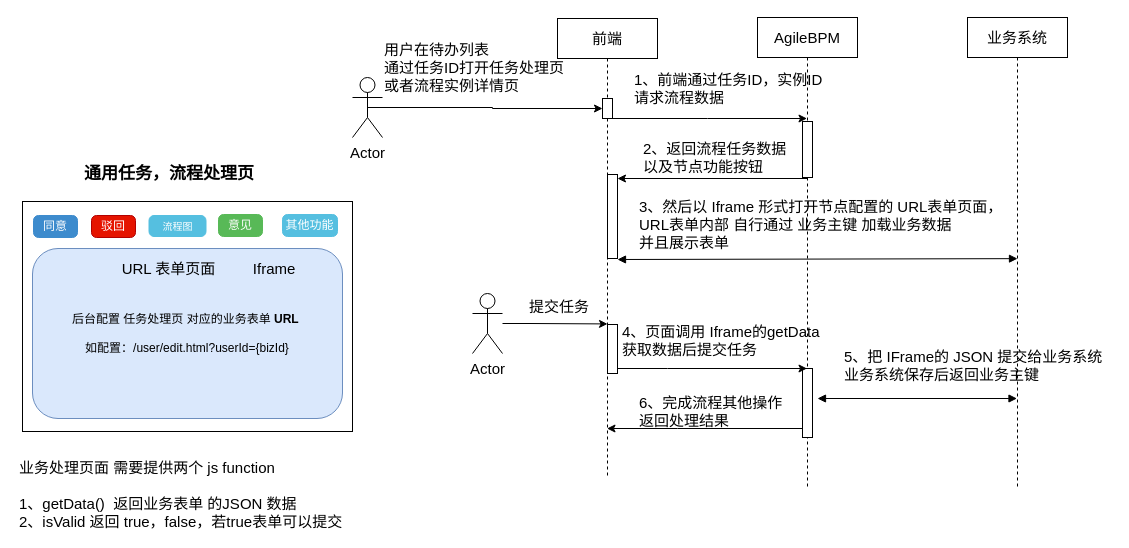
Above: 未命名表单.drawio in miaojf/doc (draw.io), before the change. Source tidied: cells renumbered, new cells numbered last; positions are measured from the earlier drawing's top-left corner, leaving out a move shared by most shapes. Both pictures are drawn from the tidied source at 100%, with x=0, y=0 at pixel (17, 17).
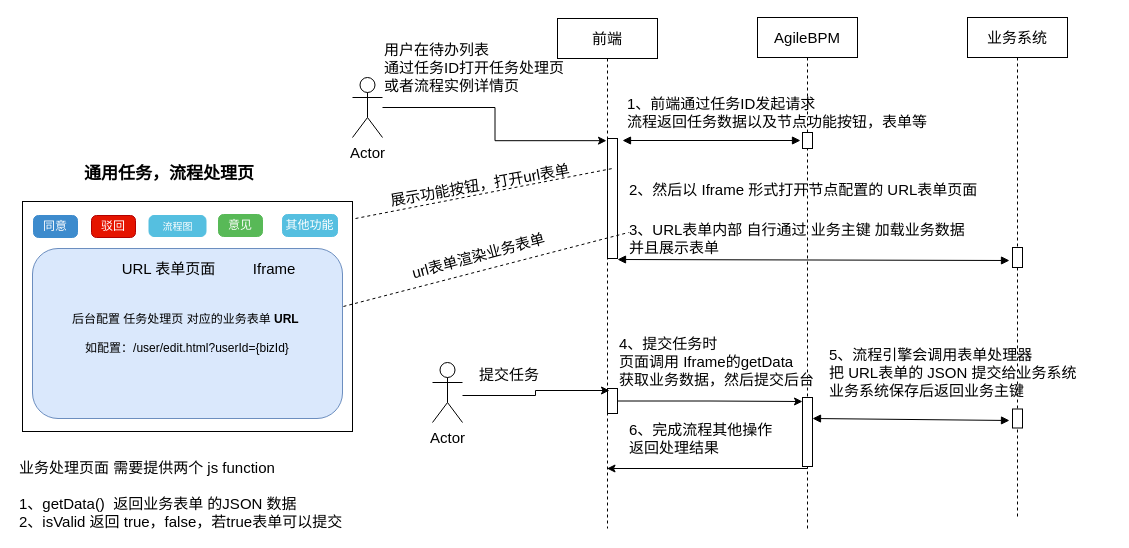
Above is the later version.

Unchanged cells that the change refers to:
```xml
<mxCell id="4" value="后台配置 任务处理页 对应的业务表单&lt;b&gt; URL&amp;nbsp;&lt;/b&gt;&lt;br&gt;&lt;br&gt;如配置：/user/edit.html?userId={bizId}" style="rounded=1;whiteSpace=wrap;html=1;fillColor=#dae8fc;strokeColor=#6c8ebf;" parent="1" vertex="1">
  <mxGeometry x="15" y="231" width="310" height="170" as="geometry" />
</mxCell>
<mxCell id="25" value="Actor" style="shape=umlActor;verticalLabelPosition=bottom;labelBackgroundColor=#ffffff;verticalAlign=top;html=1;fontSize=15;" parent="1" vertex="1">
  <mxGeometry x="335" y="60" width="30" height="60" as="geometry" />
</mxCell>
```

Change to the diagram source:
```diff
@@
+    <mxCell id="27" value="1、前端通过任务ID发起请求&lt;br&gt;流程返回任务数据以及节点功能按钮，表单等" style="text;html=1;align=left;verticalAlign=top;spacingTop=-4;fontSize=15;" parent="1" vertex="1">
+      <mxGeometry x="607.5" y="75" width="320" height="40" as="geometry" />
+    </mxCell>
@@
-    <mxCell id="13" style="edgeStyle=orthogonalEdgeStyle;rounded=0;jettySize=auto;html=1;fontSize=15;" parent="1" edge="1" source="14" target="19">
-      <mxGeometry relative="1" as="geometry">
-        <Array as="points">
-          <mxPoint x="690" y="101" />
-          <mxPoint x="690" y="101" />
-        </Array>
-      </mxGeometry>
-    </mxCell>
     <mxCell id="14" value="前端" style="shape=umlLifeline;perimeter=lifelinePerimeter;whiteSpace=wrap;html=1;outlineConnect=0;fontSize=15;" parent="1" vertex="1">
-      <mxGeometry x="540" y="1" width="100" height="460" as="geometry" />
+      <mxGeometry x="540" y="1" width="100" height="510" as="geometry" />
     </mxCell>
-    <mxCell id="15" style="html=1;points=[];perimeter=orthogonalPerimeter;fontSize=15;" parent="14" vertex="1">
-      <mxGeometry x="45" y="80" width="10" height="20" as="geometry" />
-    </mxCell>
     <mxCell id="16" style="html=1;points=[];perimeter=orthogonalPerimeter;fontSize=15;" parent="14" vertex="1">
-      <mxGeometry x="50" y="156" width="10" height="84" as="geometry" />
+      <mxGeometry x="50" y="120" width="10" height="120" as="geometry" />
     </mxCell>
-    <mxCell id="17" style="endArrow=block;startArrow=block;endFill=1;startFill=1;html=1;fontSize=15;entryX=0.5;entryY=0.512;entryDx=0;entryDy=0;entryPerimeter=0;" parent="14" edge="1" target="23">
+    <mxCell id="17" style="endArrow=block;startArrow=block;endFill=1;startFill=1;html=1;fontSize=15;entryX=-0.3;entryY=0.65;entryDx=0;entryDy=0;entryPerimeter=0;" parent="14" edge="1" target="42">
       <mxGeometry relative="1" as="geometry">
         <mxPoint x="60" y="241" as="sourcePoint" />
       </mxGeometry>
     </mxCell>
     <mxCell id="18" style="html=1;points=[];perimeter=orthogonalPerimeter;fontSize=15;" parent="14" vertex="1">
-      <mxGeometry x="50" y="306" width="10" height="49" as="geometry" />
+      <mxGeometry x="50" y="370" width="10" height="25" as="geometry" />
     </mxCell>
+    <mxCell id="39" style="endArrow=block;startArrow=block;endFill=1;startFill=1;html=1;fontSize=15;" parent="14" edge="1">
+      <mxGeometry relative="1" as="geometry">
+        <mxPoint x="65" y="122" as="sourcePoint" />
+        <mxPoint x="243" y="122" as="targetPoint" />
+      </mxGeometry>
+    </mxCell>
     <mxCell id="19" value="AgileBPM" style="shape=umlLifeline;perimeter=lifelinePerimeter;whiteSpace=wrap;html=1;outlineConnect=0;fontSize=15;" parent="1" vertex="1">
-      <mxGeometry x="740" width="100" height="471" as="geometry" />
+      <mxGeometry x="740" width="100" height="511" as="geometry" />
     </mxCell>
     <mxCell id="20" style="html=1;points=[];perimeter=orthogonalPerimeter;fontSize=15;" parent="19" vertex="1">
-      <mxGeometry x="45" y="104" width="10" height="56" as="geometry" />
+      <mxGeometry x="45" y="115" width="10" height="16" as="geometry" />
     </mxCell>
     <mxCell id="21" style="html=1;points=[];perimeter=orthogonalPerimeter;fontSize=15;" parent="19" vertex="1">
-      <mxGeometry x="45" y="351" width="10" height="69" as="geometry" />
+      <mxGeometry x="45" y="380" width="10" height="69" as="geometry" />
     </mxCell>
-    <mxCell id="22" style="endArrow=block;startArrow=block;endFill=1;startFill=1;html=1;fontSize=15;" parent="19" edge="1" target="23">
-      <mxGeometry relative="1" as="geometry">
-        <mxPoint x="60" y="381" as="sourcePoint" />
-      </mxGeometry>
-    </mxCell>
+    <mxCell id="40" style="endArrow=block;startArrow=block;endFill=1;startFill=1;html=1;fontSize=15;entryX=-0.3;entryY=0.605;entryDx=0;entryDy=0;entryPerimeter=0;" parent="19" edge="1" target="41">
+      <mxGeometry relative="1" as="geometry">
+        <mxPoint x="55" y="401" as="sourcePoint" />
+      </mxGeometry>
+    </mxCell>
     <mxCell id="23" value="业务系统" style="shape=umlLifeline;perimeter=lifelinePerimeter;whiteSpace=wrap;html=1;outlineConnect=0;fontSize=15;" parent="1" vertex="1">
-      <mxGeometry x="950" width="100" height="471" as="geometry" />
+      <mxGeometry x="950" width="100" height="501" as="geometry" />
     </mxCell>
-    <mxCell id="24" style="edgeStyle=orthogonalEdgeStyle;rounded=0;jettySize=auto;html=1;fontSize=15;entryX=0;entryY=0.5;entryDx=0;entryDy=0;entryPerimeter=0;exitX=0.5;exitY=0.5;exitDx=0;exitDy=0;exitPerimeter=0;" parent="1" edge="1" source="25" target="15">
-      <mxGeometry relative="1" as="geometry" />
-    </mxCell>
+    <mxCell id="41" style="html=1;points=[];perimeter=orthogonalPerimeter;fontSize=15;" parent="23" vertex="1">
+      <mxGeometry x="45" y="391.5" width="10" height="19" as="geometry" />
+    </mxCell>
+    <mxCell id="42" style="html=1;points=[];perimeter=orthogonalPerimeter;fontSize=15;" parent="23" vertex="1">
+      <mxGeometry x="45" y="230" width="10" height="20" as="geometry" />
+    </mxCell>
+    <mxCell id="43" style="edgeStyle=orthogonalEdgeStyle;rounded=0;jettySize=auto;html=1;entryX=-0.1;entryY=0.018;entryDx=0;entryDy=0;entryPerimeter=0;fontSize=15;" parent="1" edge="1" source="25" target="16">
+      <mxGeometry relative="1" as="geometry" />
+    </mxCell>
@@
-    <mxCell id="27" value="1、前端通过任务ID，实例ID &lt;br&gt;请求流程数据" style="text;html=1;align=left;verticalAlign=top;spacingTop=-4;fontSize=15;" parent="1" vertex="1">
-      <mxGeometry x="615" y="51" width="210" height="40" as="geometry" />
-    </mxCell>
-    <mxCell id="28" style="edgeStyle=orthogonalEdgeStyle;rounded=0;jettySize=auto;html=1;fontSize=15;" parent="1" edge="1" source="20">
-      <mxGeometry relative="1" as="geometry">
-        <mxPoint x="600" y="161" as="targetPoint" />
-        <Array as="points">
-          <mxPoint x="790" y="161" />
-        </Array>
-      </mxGeometry>
-    </mxCell>
-    <mxCell id="29" value="2、返回流程任务数据&lt;br&gt;以及节点功能按钮" style="text;html=1;align=left;verticalAlign=top;spacingTop=-4;fontSize=15;" parent="1" vertex="1">
-      <mxGeometry x="624" y="120" width="160" height="40" as="geometry" />
-    </mxCell>
-    <mxCell id="30" value="3、然后以 Iframe 形式打开节点配置的 URL表单页面，&lt;br&gt;URL表单内部 自行通过 业务主键 加载业务数据&lt;br&gt;并且展示表单" style="text;html=1;points=[];align=left;verticalAlign=top;spacingTop=-4;fontSize=15;" parent="1" vertex="1">
-      <mxGeometry x="620" y="178" width="380" height="60" as="geometry" />
+    <mxCell id="30" value="3、URL表单内部 自行通过 业务主键 加载业务数据&lt;br&gt;并且展示表单" style="text;html=1;points=[];align=left;verticalAlign=top;spacingTop=-4;fontSize=15;" parent="1" vertex="1">
+      <mxGeometry x="610" y="201" width="350" height="40" as="geometry" />
     </mxCell>
-    <mxCell id="31" style="edgeStyle=orthogonalEdgeStyle;rounded=0;jettySize=auto;html=1;entryX=0.5;entryY=0.664;entryDx=0;entryDy=0;entryPerimeter=0;fontSize=15;" parent="1" edge="1" source="32" target="14">
-      <mxGeometry relative="1" as="geometry" />
-    </mxCell>
+    <mxCell id="44" style="edgeStyle=orthogonalEdgeStyle;rounded=0;jettySize=auto;html=1;entryX=0.2;entryY=0.08;entryDx=0;entryDy=0;entryPerimeter=0;fontSize=15;" parent="1" edge="1" source="32" target="18">
+      <mxGeometry relative="1" as="geometry">
+        <Array as="points">
+          <mxPoint x="518" y="378" />
+          <mxPoint x="518" y="373" />
+        </Array>
+      </mxGeometry>
+    </mxCell>
     <mxCell id="32" value="Actor" style="shape=umlActor;verticalLabelPosition=bottom;labelBackgroundColor=#ffffff;verticalAlign=top;html=1;fontSize=15;" parent="1" vertex="1">
-      <mxGeometry x="455" y="276" width="30" height="60" as="geometry" />
+      <mxGeometry x="415" y="345" width="30" height="60" as="geometry" />
     </mxCell>
     <mxCell id="33" value="提交任务" style="text;html=1;align=left;verticalAlign=top;spacingTop=-4;fontSize=15;" parent="1" vertex="1">
-      <mxGeometry x="510" y="278" width="80" height="20" as="geometry" />
+      <mxGeometry x="460" y="346" width="80" height="20" as="geometry" />
     </mxCell>
-    <mxCell id="34" style="edgeStyle=orthogonalEdgeStyle;rounded=0;jettySize=auto;html=1;fontSize=15;" parent="1" edge="1" source="18" target="19">
-      <mxGeometry relative="1" as="geometry">
-        <Array as="points">
-          <mxPoint x="650" y="351" />
-          <mxPoint x="650" y="351" />
-        </Array>
-      </mxGeometry>
+    <mxCell id="34" style="edgeStyle=orthogonalEdgeStyle;rounded=0;jettySize=auto;html=1;fontSize=15;entryX=0;entryY=0.058;entryDx=0;entryDy=0;entryPerimeter=0;" parent="1" edge="1" source="18" target="21">
+      <mxGeometry relative="1" as="geometry" />
     </mxCell>
-    <mxCell id="35" value="4、页面调用 Iframe的getData&lt;br&gt;获取数据后提交任务" style="text;html=1;align=left;verticalAlign=top;spacingTop=-4;fontSize=15;" parent="1" vertex="1">
-      <mxGeometry x="603" y="303" width="210" height="40" as="geometry" />
+    <mxCell id="35" value="4、提交任务时&lt;br&gt;页面调用 Iframe的getData&lt;br&gt;获取业务数据，然后提交后台" style="text;html=1;align=left;verticalAlign=top;spacingTop=-4;fontSize=15;" parent="1" vertex="1">
+      <mxGeometry x="600" y="315" width="210" height="60" as="geometry" />
     </mxCell>
-    <mxCell id="36" value="5、把 IFrame的 JSON 提交给业务系统&lt;br&gt;业务系统保存后返回业务主键" style="text;html=1;align=left;verticalAlign=top;spacingTop=-4;fontSize=15;" parent="1" vertex="1">
-      <mxGeometry x="825" y="328" width="270" height="40" as="geometry" />
+    <mxCell id="36" value="5、流程引擎会调用表单处理器&lt;br&gt;把 URL表单的 JSON 提交给业务系统&lt;br&gt;业务系统保存后返回业务主键" style="text;html=1;align=left;verticalAlign=top;spacingTop=-4;fontSize=15;" parent="1" vertex="1">
+      <mxGeometry x="810" y="326" width="260" height="60" as="geometry" />
     </mxCell>
     <mxCell id="37" style="edgeStyle=orthogonalEdgeStyle;rounded=0;jettySize=auto;html=1;fontSize=15;" parent="1" edge="1" source="21" target="14">
       <mxGeometry relative="1" as="geometry">
         <Array as="points">
-          <mxPoint x="660" y="411" />
-          <mxPoint x="660" y="411" />
+          <mxPoint x="790" y="451" />
         </Array>
       </mxGeometry>
     </mxCell>
     <mxCell id="38" value="6、完成流程其他操作&lt;br&gt;返回处理结果" style="text;html=1;align=left;verticalAlign=top;spacingTop=-4;fontSize=15;" parent="1" vertex="1">
-      <mxGeometry x="620" y="374" width="160" height="40" as="geometry" />
+      <mxGeometry x="610" y="401" width="160" height="40" as="geometry" />
     </mxCell>
+    <mxCell id="45" value="2、然后以 Iframe 形式打开节点配置的 URL表单页面" style="text;html=1;align=left;verticalAlign=top;spacingTop=-4;fontSize=15;" parent="1" vertex="1">
+      <mxGeometry x="610" y="161" width="360" height="20" as="geometry" />
+    </mxCell>
+    <mxCell id="46" style="endArrow=none;dashed=1;html=1;fontSize=15;" parent="1" edge="1">
+      <mxGeometry relative="1" as="geometry">
+        <mxPoint x="338" y="201" as="sourcePoint" />
+        <mxPoint x="595" y="151" as="targetPoint" />
+      </mxGeometry>
+    </mxCell>
+    <mxCell id="47" value="展示功能按钮，打开url表单" style="text;html=1;align=left;verticalAlign=top;spacingTop=-4;fontSize=15;rotation=-10;" parent="1" vertex="1">
+      <mxGeometry x="370" y="155" width="200" height="20" as="geometry" />
+    </mxCell>
+    <mxCell id="48" style="endArrow=none;dashed=1;html=1;fontSize=15;entryX=0.003;entryY=0.35;entryDx=0;entryDy=0;entryPerimeter=0;exitX=1.003;exitY=0.341;exitDx=0;exitDy=0;exitPerimeter=0;" parent="1" edge="1" source="4" target="30">
+      <mxGeometry relative="1" as="geometry" />
+    </mxCell>
+    <mxCell id="49" value="url表单渲染业务表单" style="text;html=1;align=left;verticalAlign=top;spacingTop=-4;fontSize=15;rotation=-15;" parent="1" vertex="1">
+      <mxGeometry x="390" y="225.5" width="150" height="20" as="geometry" />
+    </mxCell>
```
